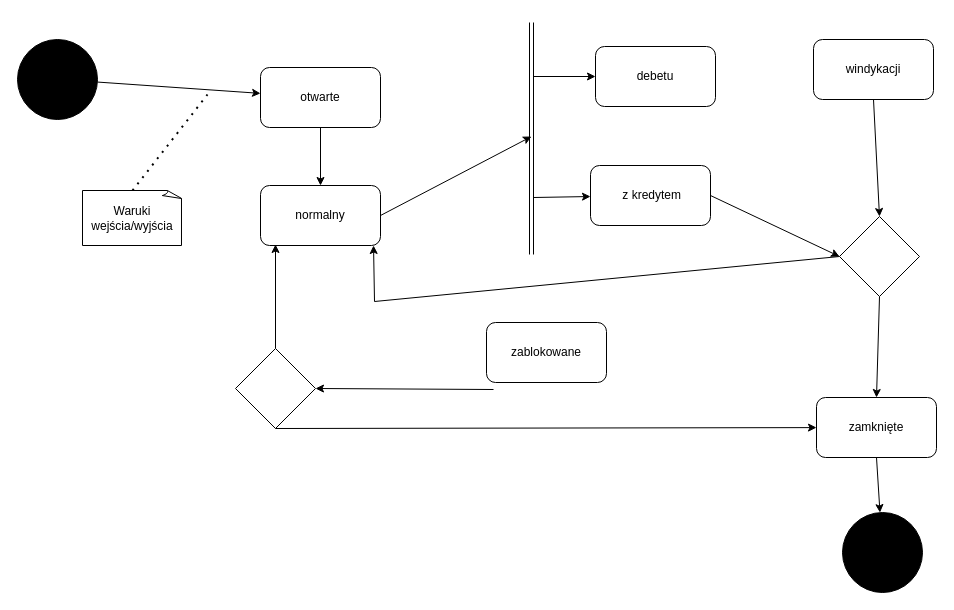
FullStackPete/Uni_SoftwareEngineering keeps this draw.io diagram as Lab_docs/Lab4.drawio. Above is the earlier version. Source tidied: cells renumbered, new cells numbered last; positions are measured from the earlier drawing's top-left corner, leaving out a move shared by most shapes. Both pictures are drawn from the tidied source at 100%, with x=0, y=0 at pixel (17, 22).
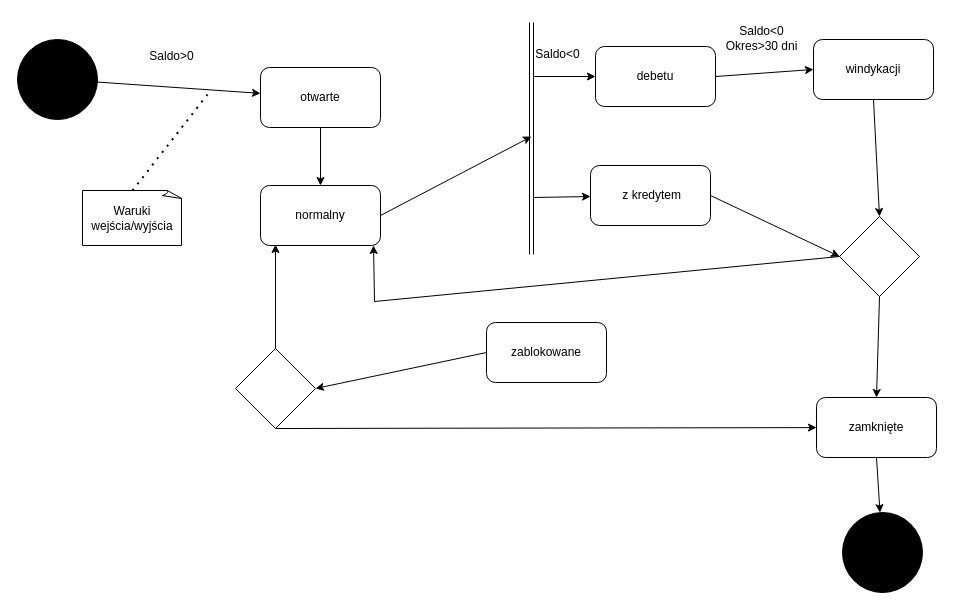
After the change.

The change refers to these unchanged cells:
```xml
<mxCell id="4" style="rhombus;whiteSpace=wrap;html=1;" parent="1" vertex="1">
  <mxGeometry x="218" y="326" width="80" height="80" as="geometry" />
</mxCell>
<mxCell id="6" value="zablokowane" style="rounded=1;whiteSpace=wrap;html=1;" parent="1" vertex="1">
  <mxGeometry x="469" y="300" width="120" height="60" as="geometry" />
</mxCell>
<mxCell id="9" value="windykacji" style="rounded=1;whiteSpace=wrap;html=1;" parent="1" vertex="1">
  <mxGeometry x="796" y="17" width="120" height="60" as="geometry" />
</mxCell>
<mxCell id="10" value="debetu" style="rounded=1;whiteSpace=wrap;html=1;" parent="1" vertex="1">
  <mxGeometry x="578" y="24" width="120" height="60" as="geometry" />
</mxCell>
```

What changed in the source:
```diff
@@
-    <mxCell id="19" style="endArrow=classic;html=1;rounded=0;entryX=1;entryY=0.5;entryDx=0;entryDy=0;" parent="1" edge="1" target="4">
-      <mxGeometry relative="1" as="geometry">
-        <mxPoint x="476" y="367" as="sourcePoint" />
-      </mxGeometry>
+    <mxCell id="19" style="endArrow=classic;html=1;rounded=0;entryX=1;entryY=0.5;entryDx=0;entryDy=0;exitX=0;exitY=0.5;exitDx=0;exitDy=0;" parent="1" edge="1" source="6" target="4">
+      <mxGeometry relative="1" as="geometry" />
     </mxCell>
@@
+    <mxCell id="30" value="Saldo&amp;gt;0" style="text;html=1;align=center;verticalAlign=middle;strokeColor=none;fillColor=none;" parent="1" vertex="1">
+      <mxGeometry x="123" y="21" width="62" height="26" as="geometry" />
+    </mxCell>
+    <mxCell id="31" value="Saldo&amp;lt;0" style="text;html=1;align=center;verticalAlign=middle;strokeColor=none;fillColor=none;" parent="1" vertex="1">
+      <mxGeometry x="509" y="19" width="62" height="26" as="geometry" />
+    </mxCell>
+    <mxCell id="32" value="Saldo&amp;lt;0&lt;br&gt;Okres&amp;gt;30 dni" style="text;html=1;align=center;verticalAlign=middle;strokeColor=none;fillColor=none;" parent="1" vertex="1">
+      <mxGeometry x="699" y="-5" width="90" height="41" as="geometry" />
+    </mxCell>
+    <mxCell id="33" style="endArrow=classic;html=1;rounded=0;exitX=1;exitY=0.5;exitDx=0;exitDy=0;entryX=0;entryY=0.5;entryDx=0;entryDy=0;" parent="1" edge="1" source="10" target="9">
+      <mxGeometry relative="1" as="geometry" />
+    </mxCell>
```
